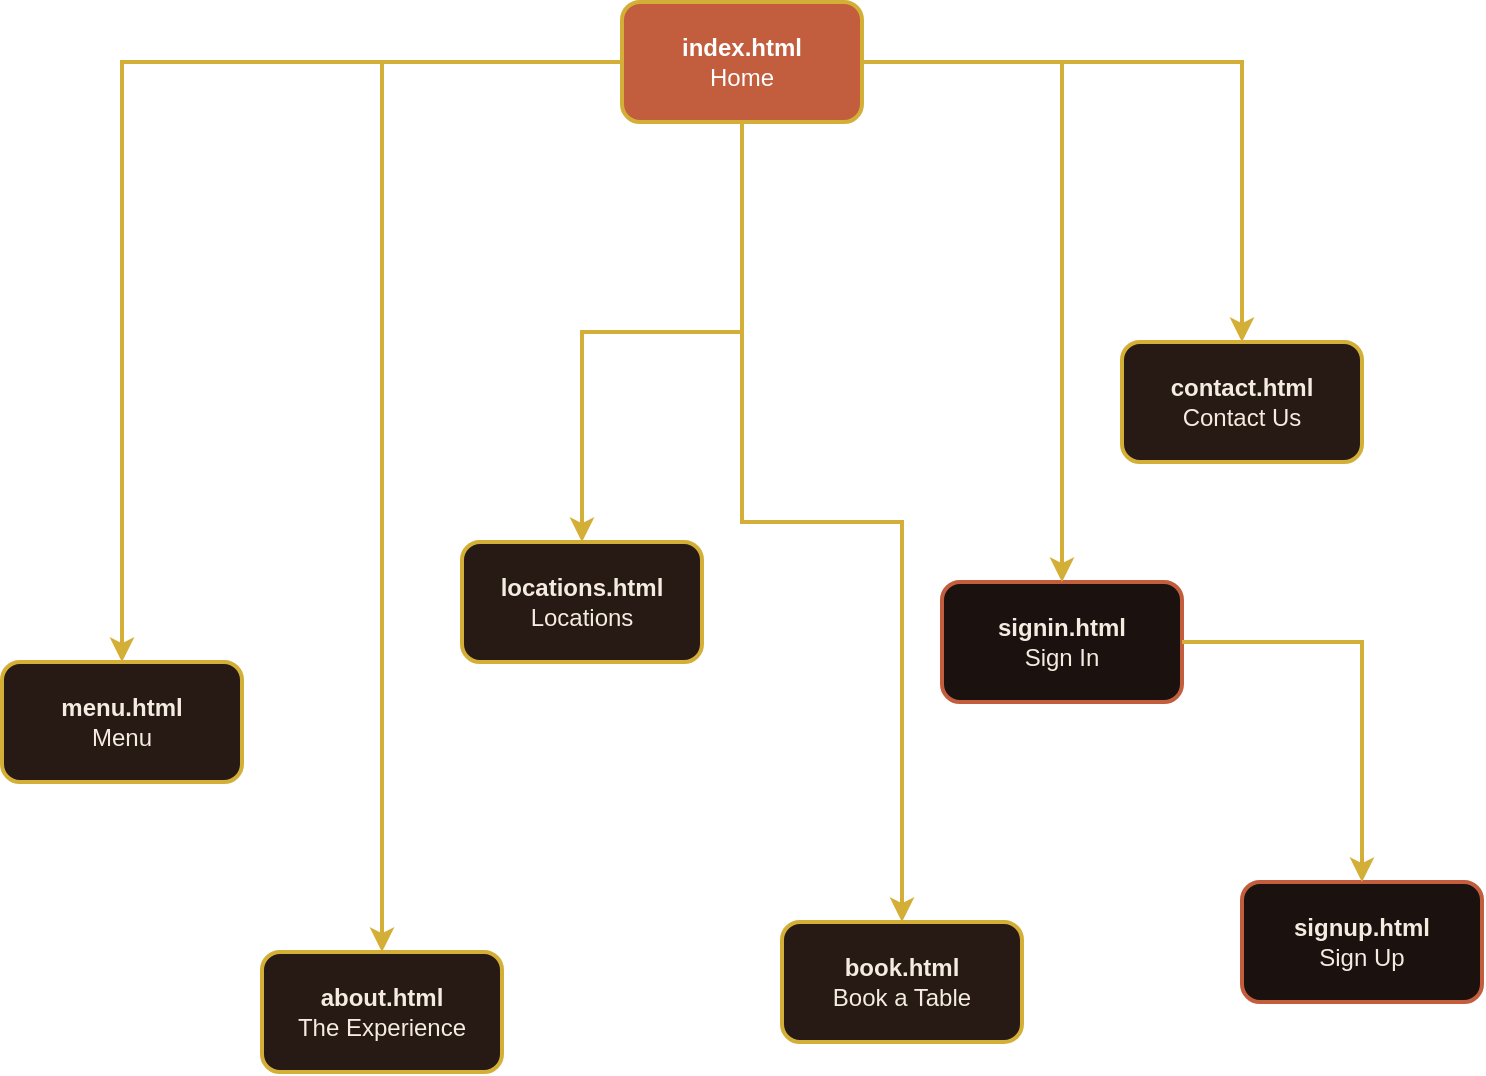
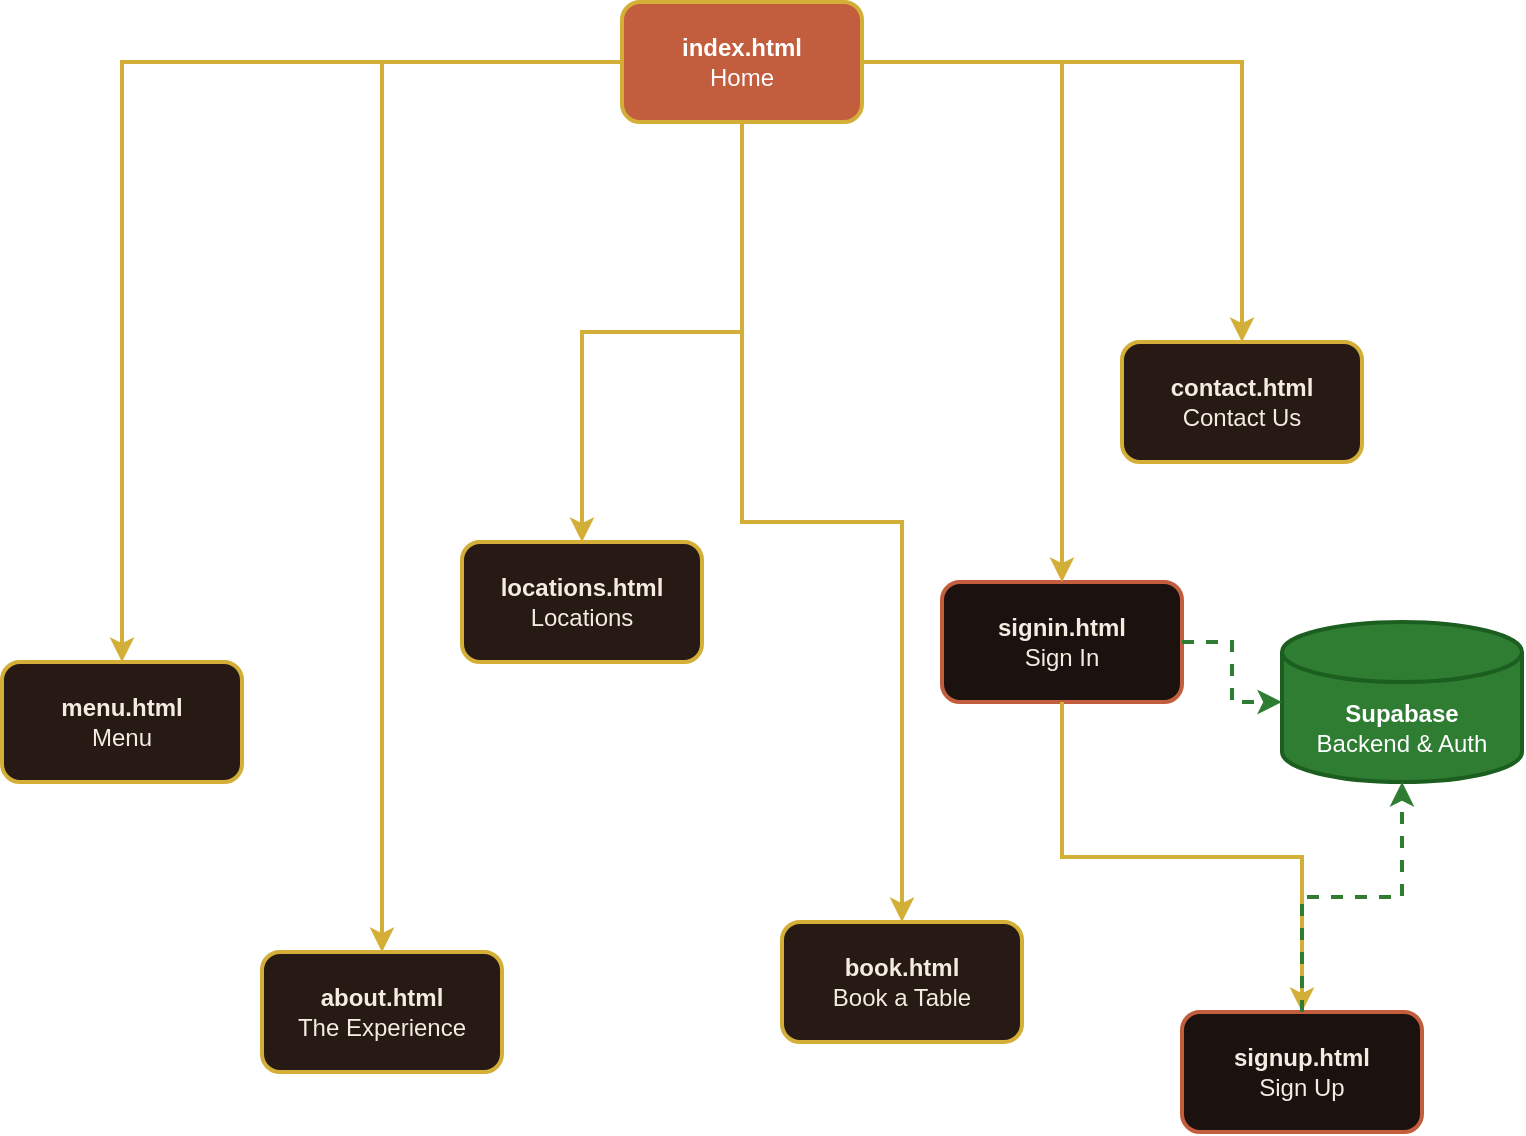
<mxfile host="app.diagrams.net">
  <diagram id="site-map" name="Morocco Shisha Lounge Site Map">
    <mxGraphModel dx="1174" dy="882" grid="1" gridSize="10" guides="1" tooltips="1" connect="1" arrows="1" fold="1" page="1" pageScale="1" pageWidth="827" pageHeight="1169" math="0" shadow="0">
      <root>
        <mxCell id="0" />
        <mxCell id="1" parent="0" />
        <mxCell id="home" parent="1" style="rounded=1;whiteSpace=wrap;html=1;fillColor=#C25E3E;fontColor=#ffffff;strokeColor=#D4AF37;strokeWidth=2;" value="&lt;b&gt;index.html&lt;/b&gt;&lt;br&gt;Home" vertex="1">
-           <mxGeometry height="60" width="120" x="370" y="50" as="geometry" />
+           <mxGeometry height="60" width="120" x="344" y="50" as="geometry" />
        </mxCell>
        <mxCell id="menu" parent="1" style="rounded=1;whiteSpace=wrap;html=1;fillColor=#271A15;fontColor=#F4EBE1;strokeColor=#D4AF37;strokeWidth=2;" value="&lt;b&gt;menu.html&lt;/b&gt;&lt;br&gt;Menu" vertex="1">
-           <mxGeometry height="60" width="120" x="60" y="380" as="geometry" />
+           <mxGeometry height="60" width="120" x="34" y="380" as="geometry" />
        </mxCell>
        <mxCell id="about" parent="1" style="rounded=1;whiteSpace=wrap;html=1;fillColor=#271A15;fontColor=#F4EBE1;strokeColor=#D4AF37;strokeWidth=2;" value="&lt;b&gt;about.html&lt;/b&gt;&lt;br&gt;The Experience" vertex="1">
-           <mxGeometry height="60" width="120" x="190" y="525" as="geometry" />
+           <mxGeometry height="60" width="120" x="164" y="525" as="geometry" />
        </mxCell>
        <mxCell id="locations" parent="1" style="rounded=1;whiteSpace=wrap;html=1;fillColor=#271A15;fontColor=#F4EBE1;strokeColor=#D4AF37;strokeWidth=2;" value="&lt;b&gt;locations.html&lt;/b&gt;&lt;br&gt;Locations" vertex="1">
-           <mxGeometry height="60" width="120" x="290" y="320" as="geometry" />
+           <mxGeometry height="60" width="120" x="264" y="320" as="geometry" />
        </mxCell>
        <mxCell id="book" parent="1" style="rounded=1;whiteSpace=wrap;html=1;fillColor=#271A15;fontColor=#F4EBE1;strokeColor=#D4AF37;strokeWidth=2;" value="&lt;b&gt;book.html&lt;/b&gt;&lt;br&gt;Book a Table" vertex="1">
-           <mxGeometry height="60" width="120" x="450" y="510" as="geometry" />
+           <mxGeometry height="60" width="120" x="424" y="510" as="geometry" />
        </mxCell>
        <mxCell id="contact" parent="1" style="rounded=1;whiteSpace=wrap;html=1;fillColor=#271A15;fontColor=#F4EBE1;strokeColor=#D4AF37;strokeWidth=2;" value="&lt;b&gt;contact.html&lt;/b&gt;&lt;br&gt;Contact Us" vertex="1">
-           <mxGeometry height="60" width="120" x="620" y="220" as="geometry" />
+           <mxGeometry height="60" width="120" x="594" y="220" as="geometry" />
        </mxCell>
        <mxCell id="signin" parent="1" style="rounded=1;whiteSpace=wrap;html=1;fillColor=#1B120F;fontColor=#F4EBE1;strokeColor=#C25E3E;strokeWidth=2;" value="&lt;b&gt;signin.html&lt;/b&gt;&lt;br&gt;Sign In" vertex="1">
-           <mxGeometry height="60" width="120" x="530" y="340" as="geometry" />
+           <mxGeometry height="60" width="120" x="504" y="340" as="geometry" />
        </mxCell>
        <mxCell id="signup" parent="1" style="rounded=1;whiteSpace=wrap;html=1;fillColor=#1B120F;fontColor=#F4EBE1;strokeColor=#C25E3E;strokeWidth=2;" value="&lt;b&gt;signup.html&lt;/b&gt;&lt;br&gt;Sign Up" vertex="1">
-           <mxGeometry height="60" width="120" x="680" y="490" as="geometry" />
+           <mxGeometry height="60" width="120" x="624" y="555" as="geometry" />
        </mxCell>
        <mxCell id="e1" edge="1" parent="1" source="home" style="edgeStyle=orthogonalEdgeStyle;rounded=0;orthogonalLoop=1;jettySize=auto;html=1;strokeColor=#D4AF37;strokeWidth=2;" target="menu">
          <mxGeometry relative="1" as="geometry" />
        </mxCell>
        <mxCell id="e2" edge="1" parent="1" source="home" style="edgeStyle=orthogonalEdgeStyle;rounded=0;orthogonalLoop=1;jettySize=auto;html=1;strokeColor=#D4AF37;strokeWidth=2;" target="about">
          <mxGeometry relative="1" as="geometry" />
        </mxCell>
        <mxCell id="e3" edge="1" parent="1" source="home" style="edgeStyle=orthogonalEdgeStyle;rounded=0;orthogonalLoop=1;jettySize=auto;html=1;strokeColor=#D4AF37;strokeWidth=2;" target="locations">
          <mxGeometry relative="1" as="geometry" />
        </mxCell>
        <mxCell id="e4" edge="1" parent="1" source="home" style="edgeStyle=orthogonalEdgeStyle;rounded=0;orthogonalLoop=1;jettySize=auto;html=1;strokeColor=#D4AF37;strokeWidth=2;" target="book">
          <mxGeometry relative="1" as="geometry" />
        </mxCell>
        <mxCell id="e5" edge="1" parent="1" source="home" style="edgeStyle=orthogonalEdgeStyle;rounded=0;orthogonalLoop=1;jettySize=auto;html=1;strokeColor=#D4AF37;strokeWidth=2;" target="contact">
          <mxGeometry relative="1" as="geometry" />
        </mxCell>
        <mxCell id="e6" edge="1" parent="1" source="home" style="edgeStyle=orthogonalEdgeStyle;rounded=0;orthogonalLoop=1;jettySize=auto;html=1;strokeColor=#D4AF37;strokeWidth=2;" target="signin">
          <mxGeometry relative="1" as="geometry" />
        </mxCell>
        <mxCell id="e7" edge="1" parent="1" source="signin" style="edgeStyle=orthogonalEdgeStyle;rounded=0;orthogonalLoop=1;jettySize=auto;html=1;strokeColor=#D4AF37;strokeWidth=2;" target="signup">
          <mxGeometry relative="1" as="geometry" />
        </mxCell>
+         <mxCell id="backend" parent="1" style="shape=cylinder3;whiteSpace=wrap;html=1;boundedLbl=1;backgroundOutline=1;size=15;fillColor=#2e7d32;fontColor=#ffffff;strokeColor=#1b5e20;strokeWidth=2;" value="&lt;b&gt;Supabase&lt;/b&gt;&lt;br&gt;Backend &amp;amp; Auth" vertex="1">
+           <mxGeometry height="80" width="120" x="674" y="360" as="geometry" />
+         </mxCell>
+         <mxCell id="e8" edge="1" parent="1" source="signin" style="edgeStyle=orthogonalEdgeStyle;rounded=0;orthogonalLoop=1;jettySize=auto;html=1;strokeColor=#2e7d32;strokeWidth=2;dashed=1;" target="backend">
+           <mxGeometry relative="1" as="geometry" />
+         </mxCell>
+         <mxCell id="e9" edge="1" parent="1" source="signup" style="edgeStyle=orthogonalEdgeStyle;rounded=0;orthogonalLoop=1;jettySize=auto;html=1;strokeColor=#2e7d32;strokeWidth=2;dashed=1;" target="backend">
+           <mxGeometry relative="1" as="geometry" />
+         </mxCell>
      </root>
    </mxGraphModel>
  </diagram>
</mxfile>
